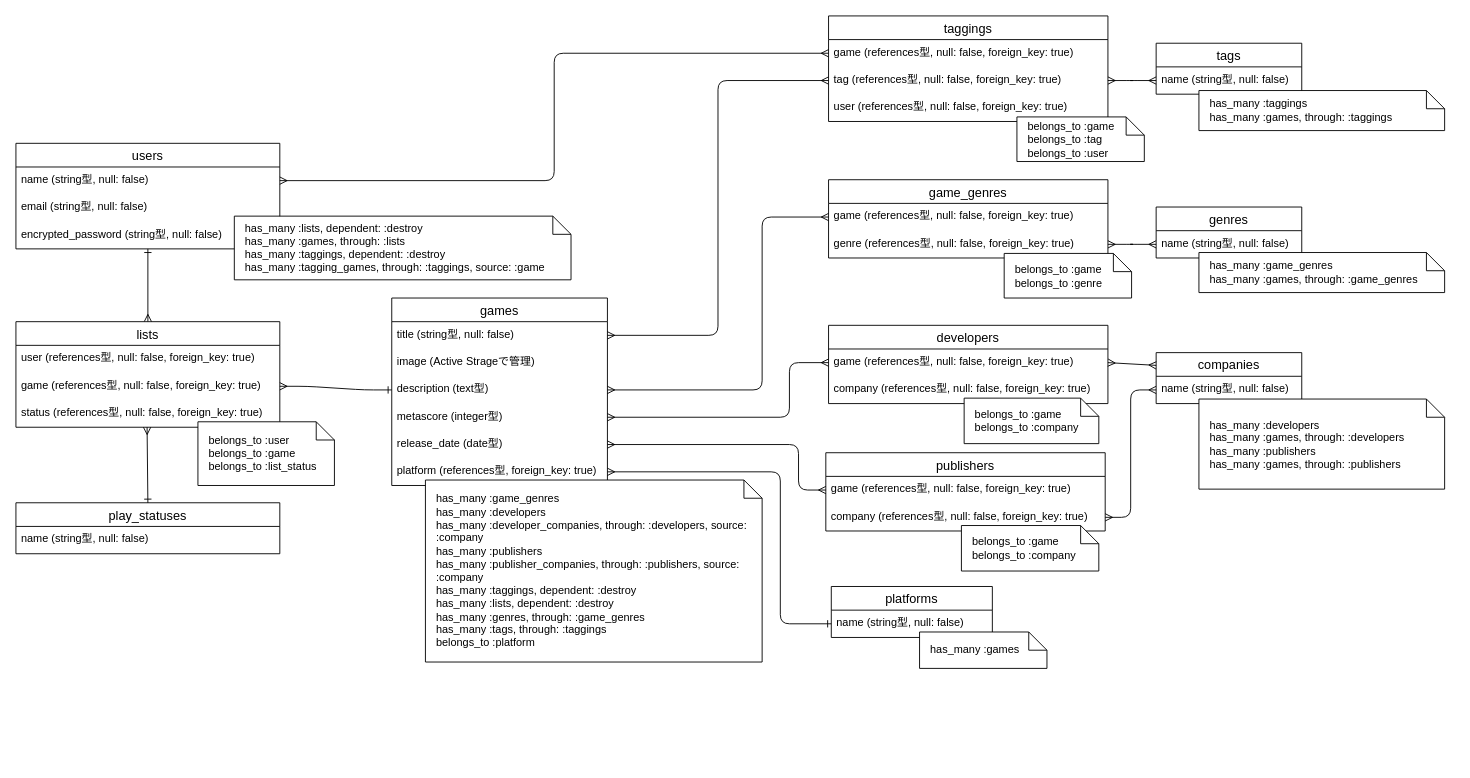
The draw.io diagram erd.dio in nobmurakami/my-game-db, before the edit. Source tidied: cells renumbered, new cells numbered last; positions are measured from the earlier drawing's top-left corner, leaving out a move shared by most shapes. Both pictures are drawn from the tidied source at 91%, with x=0, y=0 at pixel (15, 15).
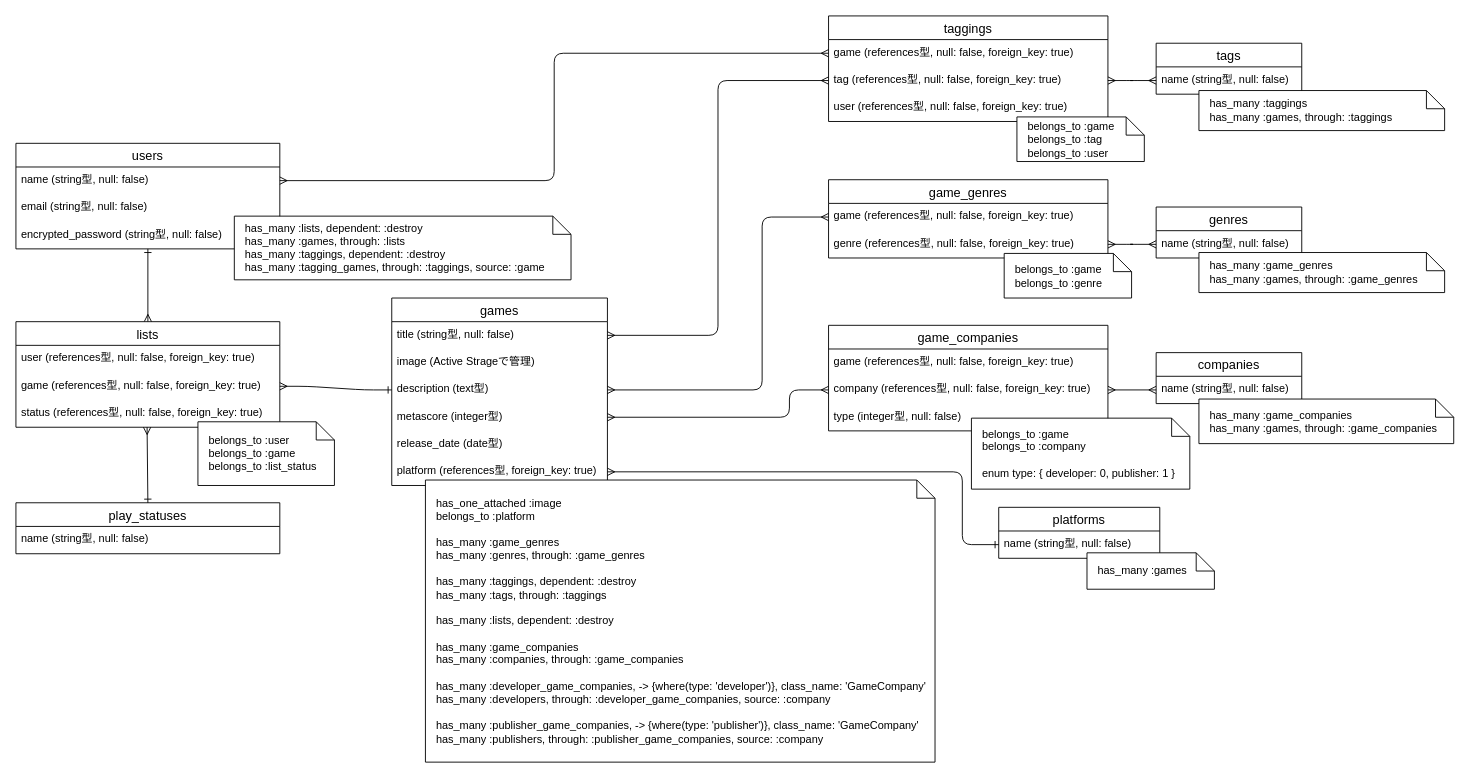
After the change.

The change refers to these unchanged cells:
```xml
<mxCell id="15" value="metascore (integer型)" style="text;strokeColor=none;fillColor=none;spacingLeft=4;spacingRight=4;overflow=hidden;points=[[0,0.5],[1,0.5]];portConstraint=eastwest;fontSize=12;" parent="11" vertex="1">
  <mxGeometry y="116" width="237" height="30" as="geometry" />
</mxCell>
<mxCell id="16" value="release_date (date型)" style="text;strokeColor=none;fillColor=none;spacingLeft=4;spacingRight=4;overflow=hidden;points=[[0,0.5],[1,0.5]];portConstraint=eastwest;fontSize=12;" parent="11" vertex="1">
  <mxGeometry y="146" width="237" height="30" as="geometry" />
</mxCell>
<mxCell id="17" value="platform (references型, foreign_key: true)" style="text;strokeColor=none;fillColor=none;spacingLeft=4;spacingRight=4;overflow=hidden;points=[[0,0.5],[1,0.5]];portConstraint=eastwest;fontSize=12;" parent="11" vertex="1">
  <mxGeometry y="176" width="237" height="30" as="geometry" />
</mxCell>
<mxCell id="20" value="companies" style="swimlane;fontStyle=0;horizontal=1;startSize=26;align=center;fontSize=14;" parent="1" vertex="1">
  <mxGeometry x="1253" y="370" width="160" height="56" as="geometry" />
</mxCell>
<mxCell id="21" value="name (string型, null: false)" style="text;strokeColor=none;fillColor=none;spacingLeft=4;spacingRight=4;overflow=hidden;points=[[0,0.5],[1,0.5]];portConstraint=eastwest;fontSize=12;" parent="20" vertex="1">
  <mxGeometry y="26" width="160" height="30" as="geometry" />
</mxCell>
<mxCell id="28" value="game (references型, null: false, foreign_key: true)" style="text;strokeColor=none;fillColor=none;spacingLeft=4;spacingRight=4;overflow=hidden;points=[[0,0.5],[1,0.5]];portConstraint=eastwest;fontSize=12;" parent="27" vertex="1">
  <mxGeometry y="26" width="307" height="30" as="geometry" />
</mxCell>
<mxCell id="29" value="company (references型, null: false, foreign_key: true)" style="text;strokeColor=none;fillColor=none;spacingLeft=4;spacingRight=4;overflow=hidden;points=[[0,0.5],[1,0.5]];portConstraint=eastwest;fontSize=12;" parent="27" vertex="1">
  <mxGeometry y="56" width="307" height="30" as="geometry" />
</mxCell>
<mxCell id="41" value="name (string型, null: false)" style="text;strokeColor=none;fillColor=none;spacingLeft=4;spacingRight=4;overflow=hidden;points=[[0,0.5],[1,0.5]];portConstraint=eastwest;fontSize=12;" parent="40" vertex="1">
  <mxGeometry y="26" width="177" height="30" as="geometry" />
</mxCell>
```

Change to the diagram source:
```diff
@@
-    <mxCell id="27" value="developers" style="swimlane;fontStyle=0;horizontal=1;startSize=26;align=center;fontSize=14;" parent="1" vertex="1">
-      <mxGeometry x="893" y="340" width="307" height="86" as="geometry" />
+    <mxCell id="27" value="game_companies" style="swimlane;fontStyle=0;horizontal=1;startSize=26;align=center;fontSize=14;" parent="1" vertex="1">
+      <mxGeometry x="893" y="340" width="307" height="116" as="geometry" />
     </mxCell>
@@
+    <mxCell id="64" value="type (integer型, null: false)" style="text;strokeColor=none;fillColor=none;spacingLeft=4;spacingRight=4;overflow=hidden;fontSize=12;" parent="27" vertex="1">
+      <mxGeometry y="86" width="307" height="30" as="geometry" />
+    </mxCell>
@@
-    <mxCell id="36" style="edgeStyle=orthogonalEdgeStyle;fontSize=12;html=1;endArrow=ERmany;startArrow=ERmany;entryX=0;entryY=0.5;entryDx=0;entryDy=0;exitX=1;exitY=0.5;exitDx=0;exitDy=0;" parent="1" edge="1" source="15" target="28">
+    <mxCell id="36" style="edgeStyle=orthogonalEdgeStyle;fontSize=12;html=1;endArrow=ERmany;startArrow=ERmany;entryX=0;entryY=0.5;entryDx=0;entryDy=0;exitX=1;exitY=0.5;exitDx=0;exitDy=0;" parent="1" edge="1" source="15" target="29">
       <mxGeometry relative="1" as="geometry">
         <Array as="points">
           <mxPoint x="850" y="441" />
-          <mxPoint x="850" y="381" />
+          <mxPoint x="850" y="411" />
         </Array>
       </mxGeometry>
     </mxCell>
-    <mxCell id="37" style="fontSize=12;html=1;endArrow=ERmany;startArrow=ERmany;entryX=0;entryY=0.25;entryDx=0;entryDy=0;exitX=1;exitY=0.5;exitDx=0;exitDy=0;" parent="1" edge="1" source="28" target="20">
+    <mxCell id="37" style="fontSize=12;html=1;endArrow=ERmany;startArrow=ERmany;entryX=0;entryY=0.5;entryDx=0;entryDy=0;exitX=1;exitY=0.5;exitDx=0;exitDy=0;" parent="1" edge="1" source="29" target="21">
       <mxGeometry relative="1" as="geometry" />
     </mxCell>
@@
     <mxCell id="40" value="platforms" style="swimlane;fontStyle=0;horizontal=1;startSize=26;align=center;fontSize=14;" parent="1" vertex="1">
-      <mxGeometry x="896" y="627" width="177" height="56" as="geometry" />
+      <mxGeometry x="1080" y="540" width="177" height="56" as="geometry" />
     </mxCell>
@@
     <mxCell id="42" style="edgeStyle=orthogonalEdgeStyle;fontSize=12;html=1;endArrow=ERone;endFill=0;exitX=1;exitY=0.5;exitDx=0;exitDy=0;entryX=0;entryY=0.5;entryDx=0;entryDy=0;startArrow=ERmany;startFill=0;" parent="1" edge="1" source="17" target="41">
       <mxGeometry relative="1" as="geometry">
         <Array as="points">
-          <mxPoint x="840" y="501" />
-          <mxPoint x="840" y="668" />
+          <mxPoint x="1040" y="501" />
+          <mxPoint x="1040" y="581" />
         </Array>
       </mxGeometry>
     </mxCell>
@@
-    <mxCell id="49" value="has_many :game_genres&lt;br&gt;has_many :developers&lt;br&gt;has_many :developer_companies, through: :developers, source: :company&lt;br&gt;has_many :publishers&lt;br&gt;has_many :publisher_companies, through: :publishers, source: :company&lt;br&gt;has_many :taggings, dependent: :destroy&lt;br&gt;has_many :lists, dependent: :destroy&lt;br&gt;has_many :genres, through: :game_genres&lt;br&gt;has_many :tags, through: :taggings&lt;br&gt;belongs_to :platform" style="shape=note;size=20;whiteSpace=wrap;html=1;align=left;spacingLeft=10;" parent="1" vertex="1">
-      <mxGeometry x="450" y="510" width="370" height="200" as="geometry" />
+    <mxCell id="49" value="has_one_attached :image&lt;br&gt;belongs_to :platform&lt;br&gt;&lt;br&gt;has_many :game_genres&lt;br&gt;has_many :genres, through: :game_genres&lt;br&gt;&lt;br&gt;has_many :taggings, dependent: :destroy&lt;br&gt;has_many :tags, through: :taggings&lt;br&gt;&lt;br&gt;has_many :lists, dependent: :destroy&lt;br&gt;&lt;br&gt;&lt;div&gt;has_many :game_companies&lt;/div&gt;&lt;div&gt;has_many :companies, through: :game_companies&lt;/div&gt;&lt;div&gt;&lt;br&gt;&lt;/div&gt;&lt;div&gt;&lt;div&gt;has_many :developer_game_companies, -&amp;gt; {where(type: 'developer')}, class_name: 'GameCompany'&lt;/div&gt;&lt;div&gt;has_many :developers, through: :developer_game_companies, source: :company&lt;/div&gt;&lt;div&gt;&lt;br&gt;&lt;/div&gt;&lt;div&gt;has_many :publisher_game_companies, -&amp;gt; {where(type: 'publisher')}, class_name: 'GameCompany'&lt;/div&gt;&lt;div&gt;has_many :publishers, through: :publisher_game_companies, source: :company&lt;/div&gt;&lt;/div&gt;" style="shape=note;size=20;whiteSpace=wrap;html=1;align=left;spacingLeft=10;" parent="1" vertex="1">
+      <mxGeometry x="450" y="510" width="560" height="310" as="geometry" />
     </mxCell>
@@
-    <mxCell id="51" value="&lt;span&gt;belongs_to :game&lt;/span&gt;&lt;br&gt;&lt;div&gt;&lt;span&gt;belongs_to :company&lt;/span&gt;&lt;/div&gt;" style="shape=note;size=20;whiteSpace=wrap;html=1;align=left;spacingLeft=10;" parent="1" vertex="1">
-      <mxGeometry x="1042" y="420" width="148" height="50" as="geometry" />
+    <mxCell id="51" value="&lt;span&gt;belongs_to :game&lt;/span&gt;&lt;br&gt;&lt;div&gt;&lt;span&gt;belongs_to :company&lt;/span&gt;&lt;/div&gt;&lt;div&gt;&lt;br&gt;&lt;/div&gt;&lt;div&gt;enum type: { developer: 0, publisher: 1 }&lt;br&gt;&lt;/div&gt;" style="shape=note;size=20;whiteSpace=wrap;html=1;align=left;spacingLeft=10;" parent="1" vertex="1">
+      <mxGeometry x="1050" y="442" width="240" height="78" as="geometry" />
     </mxCell>
@@
-    <mxCell id="54" value="has_many :developers&lt;br&gt;has_many :games, through: :developers&lt;br&gt;has_many :publishers&lt;br&gt;has_many :games, through: :publishers" style="shape=note;size=20;whiteSpace=wrap;html=1;align=left;spacingLeft=10;" parent="1" vertex="1">
-      <mxGeometry x="1300" y="421" width="270" height="99" as="geometry" />
+    <mxCell id="54" value="has_many :game_companies&lt;br&gt;has_many :games, through: :game_companies" style="shape=note;size=20;whiteSpace=wrap;html=1;align=left;spacingLeft=10;" parent="1" vertex="1">
+      <mxGeometry x="1300" y="421" width="280" height="49" as="geometry" />
     </mxCell>
@@
     <mxCell id="56" value="has_many :games" style="shape=note;size=20;whiteSpace=wrap;html=1;align=left;spacingLeft=10;" parent="1" vertex="1">
-      <mxGeometry x="993" y="677" width="140" height="40" as="geometry" />
+      <mxGeometry x="1177" y="590" width="140" height="40" as="geometry" />
     </mxCell>
@@
-    <mxCell id="58" value="publishers" style="swimlane;fontStyle=0;horizontal=1;startSize=26;align=center;fontSize=14;" parent="1" vertex="1">
-      <mxGeometry x="890" y="480" width="307" height="86" as="geometry" />
-    </mxCell>
-    <mxCell id="59" value="game (references型, null: false, foreign_key: true)" style="text;strokeColor=none;fillColor=none;spacingLeft=4;spacingRight=4;overflow=hidden;points=[[0,0.5],[1,0.5]];portConstraint=eastwest;fontSize=12;" parent="58" vertex="1">
-      <mxGeometry y="26" width="307" height="30" as="geometry" />
-    </mxCell>
-    <mxCell id="60" value="company (references型, null: false, foreign_key: true)" style="text;strokeColor=none;fillColor=none;spacingLeft=4;spacingRight=4;overflow=hidden;points=[[0,0.5],[1,0.5]];portConstraint=eastwest;fontSize=12;" parent="58" vertex="1">
-      <mxGeometry y="56" width="307" height="30" as="geometry" />
-    </mxCell>
-    <mxCell id="61" style="edgeStyle=orthogonalEdgeStyle;fontSize=12;html=1;endArrow=ERmany;startArrow=ERmany;entryX=0;entryY=0.5;entryDx=0;entryDy=0;exitX=1;exitY=0.5;exitDx=0;exitDy=0;" parent="1" edge="1" source="60" target="21">
-      <mxGeometry relative="1" as="geometry" />
-    </mxCell>
-    <mxCell id="62" value="&lt;span&gt;belongs_to :game&lt;/span&gt;&lt;br&gt;&lt;div&gt;&lt;span&gt;belongs_to :company&lt;/span&gt;&lt;/div&gt;" style="shape=note;size=20;whiteSpace=wrap;html=1;align=left;spacingLeft=10;" parent="1" vertex="1">
-      <mxGeometry x="1039" y="560" width="151" height="50" as="geometry" />
-    </mxCell>
-    <mxCell id="63" style="edgeStyle=orthogonalEdgeStyle;rounded=1;jettySize=auto;html=1;exitX=1;exitY=0.5;exitDx=0;exitDy=0;entryX=0;entryY=0.5;entryDx=0;entryDy=0;startArrow=ERmany;startFill=0;endArrow=ERmany;endFill=0;" parent="1" edge="1" source="16" target="59">
-      <mxGeometry relative="1" as="geometry">
-        <Array as="points">
-          <mxPoint x="860" y="471" />
-          <mxPoint x="860" y="521" />
-        </Array>
-      </mxGeometry>
-    </mxCell>
```
